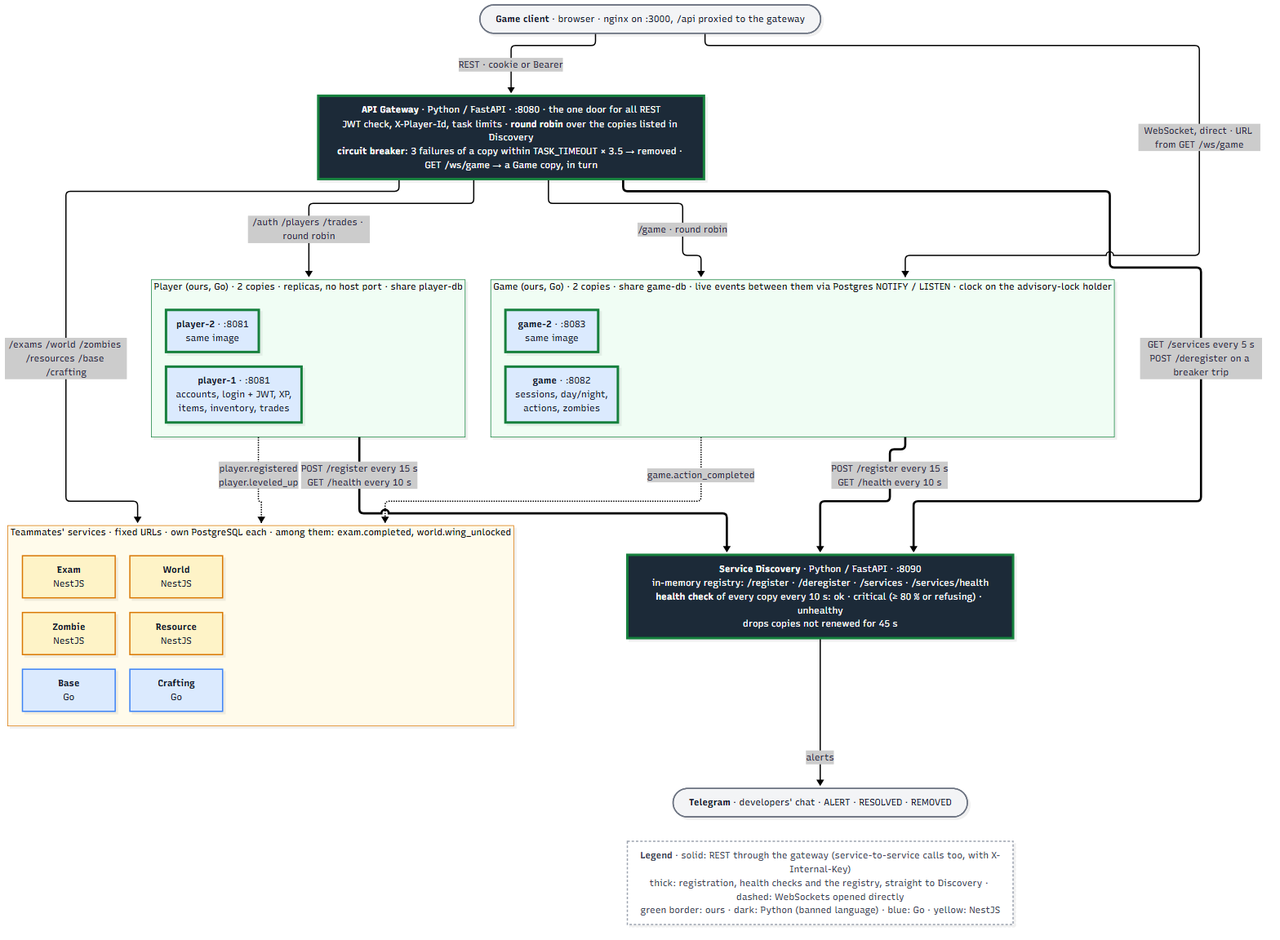
Earlier version of the Mermaid export architecture.png (fish30008/in-kahoots-with-the-undead). Its source is kept beside it as architecture.mmd.
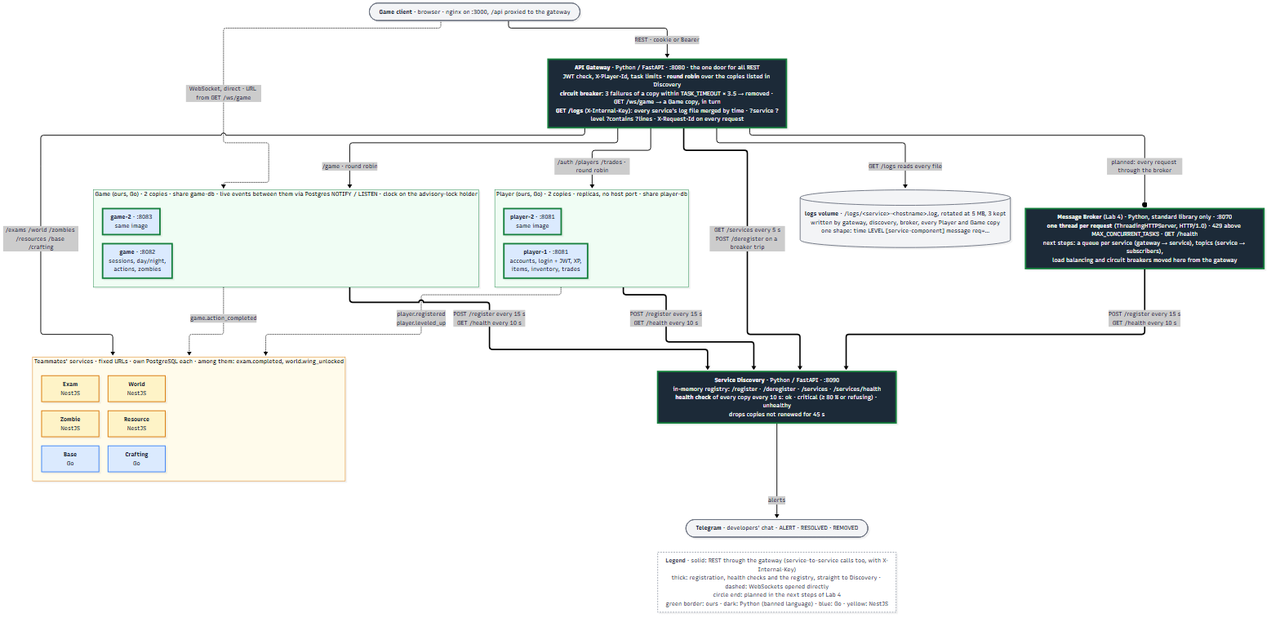
Above is the later version.

Commit message:
grades 3-4: log download, readme, diagram, postman

Diff of the diagram source:
```diff
@@ -3,7 +3,9 @@
 
     client(["<b>Game client</b> · browser · nginx on :3000, /api proxied to the gateway"])
 
-    gateway["<b>API Gateway</b> · Python / FastAPI · :8080 · the one door for all REST<br/>JWT check, X-Player-Id, task limits · <b>round robin</b> over the copies listed in Discovery<br/><b>circuit breaker</b>: 3 failures of a copy within TASK_TIMEOUT × 3.5 → removed · GET /ws/game → a Game copy, in turn"]
+    gateway["<b>API Gateway</b> · Python / FastAPI · :8080 · the one door for all REST<br/>JWT check, X-Player-Id, task limits · <b>round robin</b> over the copies listed in Discovery<br/><b>circuit breaker</b>: 3 failures of a copy within TASK_TIMEOUT × 3.5 → removed · GET /ws/game → a Game copy, in turn<br/><b>GET /logs</b> (X-Internal-Key): every service's log file merged by time · ?service ?level ?contains ?lines · X-Request-Id on every request"]
+
+    broker["<b>Message Broker</b> (Lab 4) · Python, standard library only · :8070<br/><b>one thread per request</b> (ThreadingHTTPServer, HTTP/1.0) · 429 above MAX_CONCURRENT_TASKS · GET /health<br/>next steps: a queue per service (gateway → service), topics (service → subscribers),<br/>load balancing and circuit breakers moved here from the gateway"]
 
     subgraph playercopies["Player (ours, Go) · 2 copies · replicas, no host port · share player-db"]
         direction LR
@@ -31,6 +33,8 @@
 
     telegram(["<b>Telegram</b> · developers' chat · ALERT · RESOLVED · REMOVED"])
 
+    logs[("<b>logs volume</b> · /logs/&lt;service&gt;-&lt;hostname&gt;.log, rotated at 5 MB, 3 kept<br/>written by gateway, discovery, broker, every Player and Game copy<br/>one shape: time LEVEL [service-component] message req=…")]
+
     client -- "REST · cookie or Bearer" --> gateway
     client -. "WebSocket, direct · URL from GET /ws/game" .-> gamecopies
 
@@ -41,12 +45,15 @@
     playercopies == "POST /register every 15 s<br/>GET /health every 10 s" ==> discovery
     gamecopies == "POST /register every 15 s<br/>GET /health every 10 s" ==> discovery
     gateway == "GET /services every 5 s<br/>POST /deregister on a breaker trip" ==> discovery
+    broker == "POST /register every 15 s<br/>GET /health every 10 s" ==> discovery
+    gateway -- "GET /logs reads every file" --> logs
+    gateway --o|"planned: every request through the broker"| broker
     discovery -- "alerts" --> telegram
 
     playercopies -. "player.registered<br/>player.leveled_up" .-> team
     gamecopies -. "game.action_completed" .-> team
 
-    legend["<b>Legend</b> · solid: REST through the gateway (service-to-service calls too, with X-Internal-Key)<br/>thick: registration, health checks and the registry, straight to Discovery · dashed: WebSockets opened directly<br/>green border: ours · dark: Python (banned language) · blue: Go · yellow: NestJS"]
+    legend["<b>Legend</b> · solid: REST through the gateway (service-to-service calls too, with X-Internal-Key)<br/>thick: registration, health checks and the registry, straight to Discovery · dashed: WebSockets opened directly<br/>circle end: planned in the next steps of Lab 4<br/>green border: ours · dark: Python (banned language) · blue: Go · yellow: NestJS"]
     telegram ~~~ legend
 
     classDef py fill:#1f2937,color:#ffffff,stroke:#15803d,stroke-width:4px
@@ -55,11 +62,11 @@
     classDef ts fill:#fef3c7,stroke:#d97706,color:#111827
     classDef ext fill:#f3f4f6,stroke:#6b7280,color:#111827
     classDef note fill:#ffffff,stroke:#9ca3af,color:#374151,stroke-dasharray:4 3
-    class gateway,discovery py
+    class gateway,discovery,broker py
     class player1,player2,game1,game2 mineGo
     class base,crafting go
     class exam,world,zombie,resource ts
-    class client,telegram ext
+    class client,telegram,logs ext
     class legend note
     style playercopies fill:#f0fdf4,stroke:#15803d
     style gamecopies fill:#f0fdf4,stroke:#15803d
```
